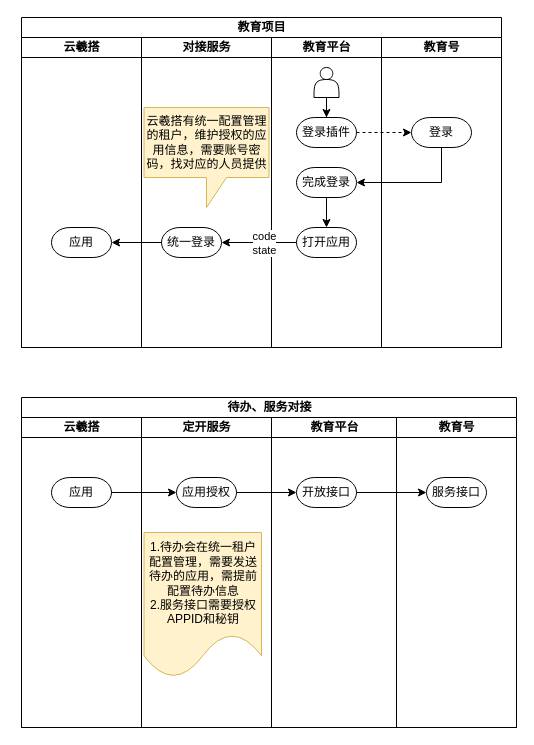
This is 教育整理架构图.drawio from liangdengming/diagrams, a draw.io file, before an edit. Source tidied: cells renumbered, new cells numbered last; positions are measured from the earlier drawing's top-left corner, leaving out a move shared by most shapes. Both pictures are drawn from the tidied source at 100%, with x=0, y=0 at pixel (21, 17).
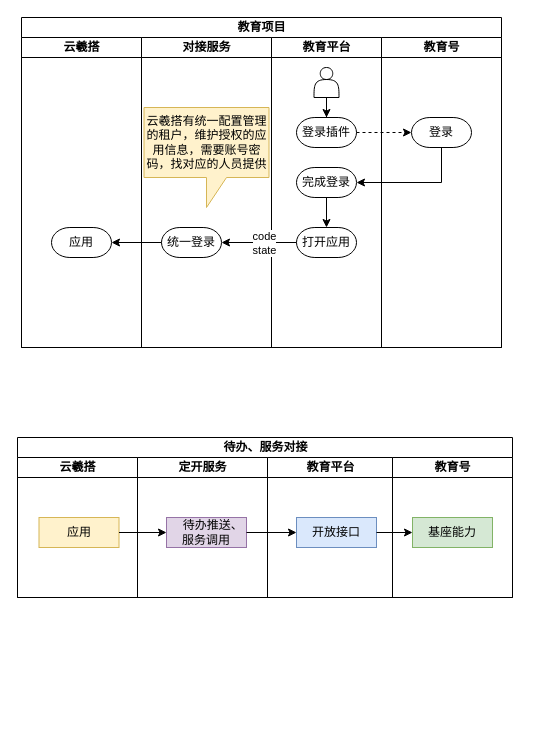
Above is the later version.

Commit message:
更新教育整理架构图.drawio

What changed in the source:
```diff
@@
     <mxCell id="22" value="待办、服务对接" style="swimlane;startSize=20;html=1;" parent="1" vertex="1">
-      <mxGeometry y="380" width="495" height="330" as="geometry" />
+      <mxGeometry x="-4" y="420" width="495" height="160" as="geometry" />
     </mxCell>
     <mxCell id="23" value="云羲搭" style="swimlane;startSize=20;html=1;" parent="22" vertex="1">
-      <mxGeometry y="20" width="120" height="310" as="geometry" />
+      <mxGeometry y="20" width="120" height="140" as="geometry" />
     </mxCell>
-    <mxCell id="24" value="应用" style="strokeWidth=1;html=1;shape=mxgraph.flowchart.terminator;whiteSpace=wrap;" parent="23" vertex="1">
-      <mxGeometry x="30" y="60" width="60" height="30" as="geometry" />
+    <mxCell id="24" value="应用" style="rounded=0;whiteSpace=wrap;html=1;fillColor=#fff2cc;strokeColor=#d6b656;" parent="23" vertex="1">
+      <mxGeometry x="21.5" y="60" width="80" height="30" as="geometry" />
     </mxCell>
     <mxCell id="25" value="定开服务" style="swimlane;startSize=20;html=1;" parent="22" vertex="1">
-      <mxGeometry x="120" y="20" width="130" height="310" as="geometry" />
+      <mxGeometry x="120" y="20" width="130" height="140" as="geometry" />
     </mxCell>
-    <mxCell id="26" value="应用授权" style="strokeWidth=1;html=1;shape=mxgraph.flowchart.terminator;whiteSpace=wrap;" parent="25" vertex="1">
-      <mxGeometry x="35" y="60" width="60" height="30" as="geometry" />
-    </mxCell>
-    <mxCell id="27" value="1.待办会在统一租户配置管理，需要发送待办的应用，需提前配置待办信息&lt;br&gt;2.服务接口需要授权APPID和秘钥" style="shape=document;whiteSpace=wrap;html=1;boundedLbl=1;fillColor=#fff2cc;strokeColor=#d6b656;" parent="25" vertex="1">
-      <mxGeometry x="2.5" y="115" width="117.5" height="145" as="geometry" />
-    </mxCell>
+    <mxCell id="35" value="&amp;nbsp; &amp;nbsp; 待办推送、&lt;br&gt;服务调用" style="rounded=0;whiteSpace=wrap;html=1;fillColor=#e1d5e7;strokeColor=#9673a6;" parent="25" vertex="1">
+      <mxGeometry x="29" y="60" width="80" height="30" as="geometry" />
+    </mxCell>
     <mxCell id="28" value="教育平台" style="swimlane;startSize=20;html=1;" parent="22" vertex="1">
-      <mxGeometry x="250" y="20" width="125" height="310" as="geometry" />
+      <mxGeometry x="250" y="20" width="125" height="140" as="geometry" />
     </mxCell>
-    <mxCell id="29" value="开放接口" style="strokeWidth=1;html=1;shape=mxgraph.flowchart.terminator;whiteSpace=wrap;" parent="28" vertex="1">
-      <mxGeometry x="25" y="60" width="60" height="30" as="geometry" />
+    <mxCell id="29" value="开放接口" style="rounded=0;whiteSpace=wrap;html=1;fillColor=#dae8fc;strokeColor=#6c8ebf;" parent="28" vertex="1">
+      <mxGeometry x="29" y="60" width="80" height="30" as="geometry" />
     </mxCell>
     <mxCell id="30" value="教育号" style="swimlane;startSize=20;html=1;" parent="22" vertex="1">
-      <mxGeometry x="375" y="20" width="120" height="310" as="geometry" />
+      <mxGeometry x="375" y="20" width="120" height="140" as="geometry" />
     </mxCell>
-    <mxCell id="31" value="服务接口" style="strokeWidth=1;html=1;shape=mxgraph.flowchart.terminator;whiteSpace=wrap;" parent="30" vertex="1">
-      <mxGeometry x="30" y="60" width="60" height="30" as="geometry" />
-    </mxCell>
-    <mxCell id="32" style="edgeStyle=orthogonalEdgeStyle;rounded=0;jettySize=auto;html=1;" parent="22" edge="1" source="24" target="26">
-      <mxGeometry relative="1" as="geometry" />
-    </mxCell>
-    <mxCell id="33" style="edgeStyle=orthogonalEdgeStyle;rounded=0;jettySize=auto;html=1;" parent="22" edge="1" source="26" target="29">
-      <mxGeometry relative="1" as="geometry" />
-    </mxCell>
-    <mxCell id="34" style="edgeStyle=orthogonalEdgeStyle;rounded=0;jettySize=auto;html=1;" parent="22" edge="1" source="29" target="31">
-      <mxGeometry relative="1" as="geometry" />
-    </mxCell>
+    <mxCell id="36" value="基座能力" style="rounded=0;whiteSpace=wrap;html=1;fillColor=#d5e8d4;strokeColor=#82b366;" parent="30" vertex="1">
+      <mxGeometry x="20" y="60" width="80" height="30" as="geometry" />
+    </mxCell>
+    <mxCell id="37" style="edgeStyle=orthogonalEdgeStyle;rounded=0;jettySize=auto;html=1;" parent="22" edge="1" source="24" target="35">
+      <mxGeometry relative="1" as="geometry" />
+    </mxCell>
+    <mxCell id="38" style="edgeStyle=orthogonalEdgeStyle;rounded=0;jettySize=auto;html=1;entryX=0;entryY=0.5;entryDx=0;entryDy=0;" parent="22" edge="1" source="35" target="29">
+      <mxGeometry relative="1" as="geometry" />
+    </mxCell>
+    <mxCell id="39" style="edgeStyle=orthogonalEdgeStyle;rounded=0;jettySize=auto;html=1;entryX=0;entryY=0.5;entryDx=0;entryDy=0;" parent="22" edge="1" source="29" target="36">
+      <mxGeometry relative="1" as="geometry" />
+    </mxCell>
```
